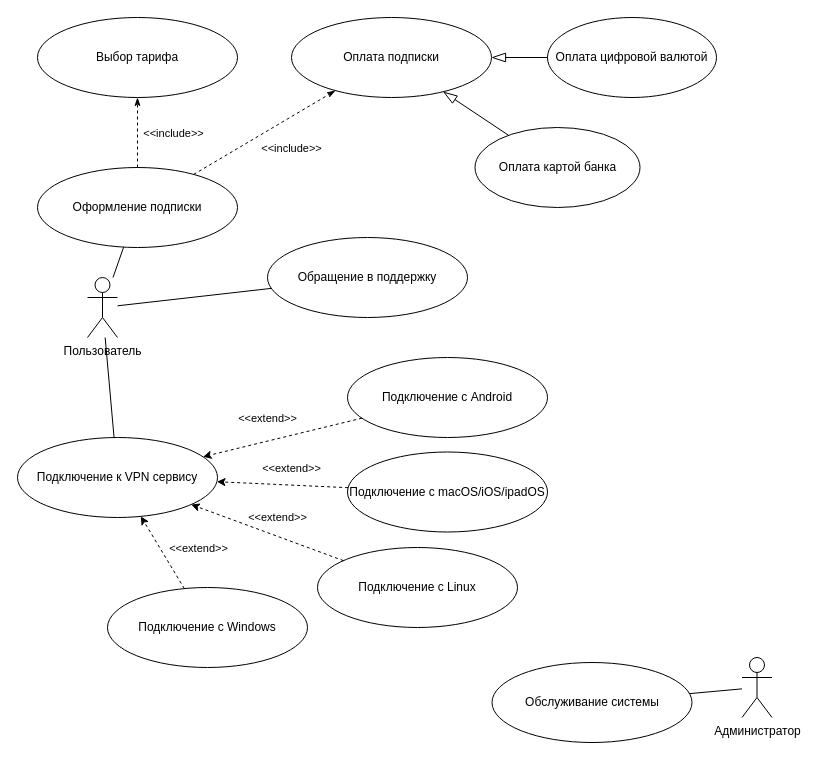
This is 2.drawio from Gleb-hub/-, a draw.io file, before an edit. Source tidied: cells renumbered, new cells numbered last; positions are measured from the earlier drawing's top-left corner, leaving out a move shared by most shapes. Both pictures are drawn from the tidied source at 100%, with x=0, y=0 at pixel (17, 17).
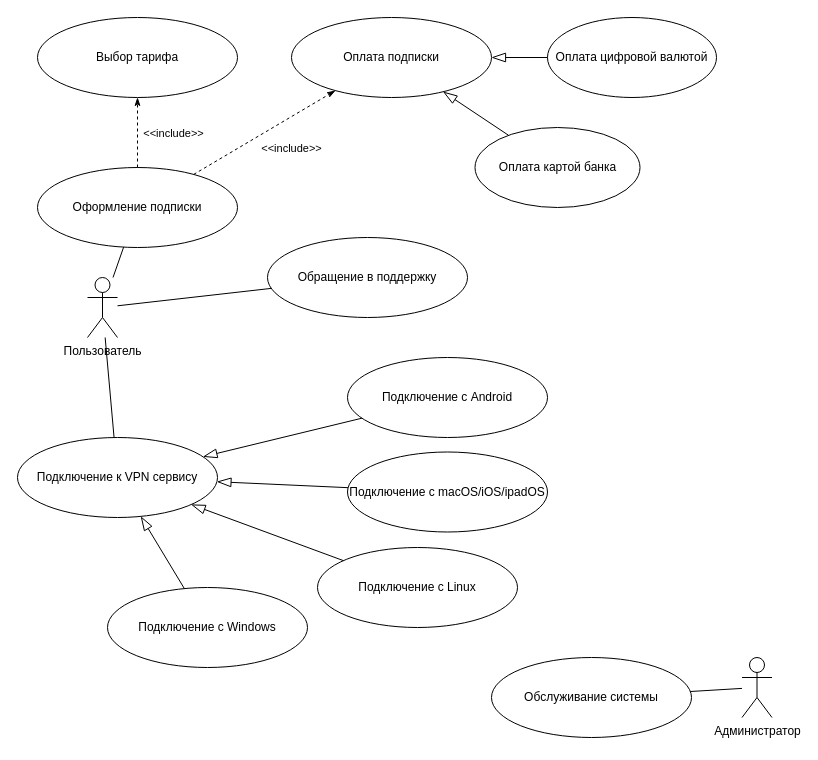
The same page after the edit.

Unchanged cells that the change refers to:
```xml
<mxCell id="8" value="Подключение к VPN сервису" style="ellipse;whiteSpace=wrap;html=1;" parent="1" vertex="1">
  <mxGeometry y="420" width="200" height="80" as="geometry" />
</mxCell>
<mxCell id="22" value="Подключение с Android" style="ellipse;whiteSpace=wrap;html=1;" parent="1" vertex="1">
  <mxGeometry x="330" y="340" width="200" height="80" as="geometry" />
</mxCell>
<mxCell id="23" value="Подключение с Windows" style="ellipse;whiteSpace=wrap;html=1;" parent="1" vertex="1">
  <mxGeometry x="90" y="570" width="200" height="80" as="geometry" />
</mxCell>
<mxCell id="24" value="Подключение с macOS/iOS/ipadOS" style="ellipse;whiteSpace=wrap;html=1;" parent="1" vertex="1">
  <mxGeometry x="330" y="434.5" width="200" height="80" as="geometry" />
</mxCell>
<mxCell id="25" value="Подключение с Linux" style="ellipse;whiteSpace=wrap;html=1;" parent="1" vertex="1">
  <mxGeometry x="300" y="530" width="200" height="80" as="geometry" />
</mxCell>
```

Change to the diagram source:
```diff
@@
     <mxCell id="6" value="Обслуживание системы" style="ellipse;whiteSpace=wrap;html=1;" parent="1" vertex="1">
-      <mxGeometry x="474.5" y="645" width="200" height="80" as="geometry" />
+      <mxGeometry x="474" y="640" width="200" height="80" as="geometry" />
     </mxCell>
@@
+    <mxCell id="32" style="endArrow=blockThin;html=1;rounded=0;endFill=0;endSize=12;" parent="1" edge="1" source="22" target="8">
+      <mxGeometry relative="1" as="geometry" />
+    </mxCell>
+    <mxCell id="30" style="endArrow=blockThin;html=1;rounded=0;endFill=0;endSize=12;" parent="1" edge="1" source="24" target="8">
+      <mxGeometry relative="1" as="geometry" />
+    </mxCell>
+    <mxCell id="28" style="endArrow=blockThin;html=1;rounded=0;endFill=0;endSize=12;" parent="1" edge="1" source="25" target="8">
+      <mxGeometry relative="1" as="geometry" />
+    </mxCell>
-    <mxCell id="26" style="endArrow=classic;dashed=1;html=1;rounded=0;endFill=1;" parent="1" edge="1" source="23" target="8">
+    <mxCell id="26" style="endArrow=blockThin;html=1;rounded=0;endFill=0;endSize=12;" parent="1" edge="1" source="23" target="8">
       <mxGeometry relative="1" as="geometry" />
     </mxCell>
-    <mxCell id="27" value="&amp;lt;&amp;lt;extend&amp;gt;&amp;gt;" style="edgeLabel;html=1;align=center;verticalAlign=middle;" parent="26" vertex="1">
-      <mxGeometry x="0.02" y="-2" relative="1" as="geometry">
-        <mxPoint x="34" y="-3" as="offset" />
-      </mxGeometry>
-    </mxCell>
-    <mxCell id="28" style="endArrow=classic;dashed=1;html=1;rounded=0;endFill=1;" parent="1" edge="1" source="25" target="8">
-      <mxGeometry relative="1" as="geometry" />
-    </mxCell>
-    <mxCell id="29" value="&amp;lt;&amp;lt;extend&amp;gt;&amp;gt;" style="edgeLabel;html=1;align=center;verticalAlign=middle;" parent="28" vertex="1">
-      <mxGeometry x="0.02" y="-2" relative="1" as="geometry">
-        <mxPoint x="11" y="-13" as="offset" />
-      </mxGeometry>
-    </mxCell>
-    <mxCell id="30" style="endArrow=classic;dashed=1;html=1;rounded=0;endFill=1;" parent="1" edge="1" source="24" target="8">
-      <mxGeometry relative="1" as="geometry" />
-    </mxCell>
-    <mxCell id="31" value="&amp;lt;&amp;lt;extend&amp;gt;&amp;gt;" style="edgeLabel;html=1;align=center;verticalAlign=middle;" parent="30" vertex="1">
-      <mxGeometry x="0.02" y="-2" relative="1" as="geometry">
-        <mxPoint x="10" y="-15" as="offset" />
-      </mxGeometry>
-    </mxCell>
-    <mxCell id="32" style="endArrow=classic;dashed=1;html=1;rounded=0;endFill=1;" parent="1" edge="1" source="22" target="8">
-      <mxGeometry relative="1" as="geometry" />
-    </mxCell>
-    <mxCell id="33" value="&amp;lt;&amp;lt;extend&amp;gt;&amp;gt;" style="edgeLabel;html=1;align=center;verticalAlign=middle;" parent="32" vertex="1">
-      <mxGeometry x="0.02" y="-2" relative="1" as="geometry">
-        <mxPoint x="-14" y="-18" as="offset" />
-      </mxGeometry>
-    </mxCell>
```
